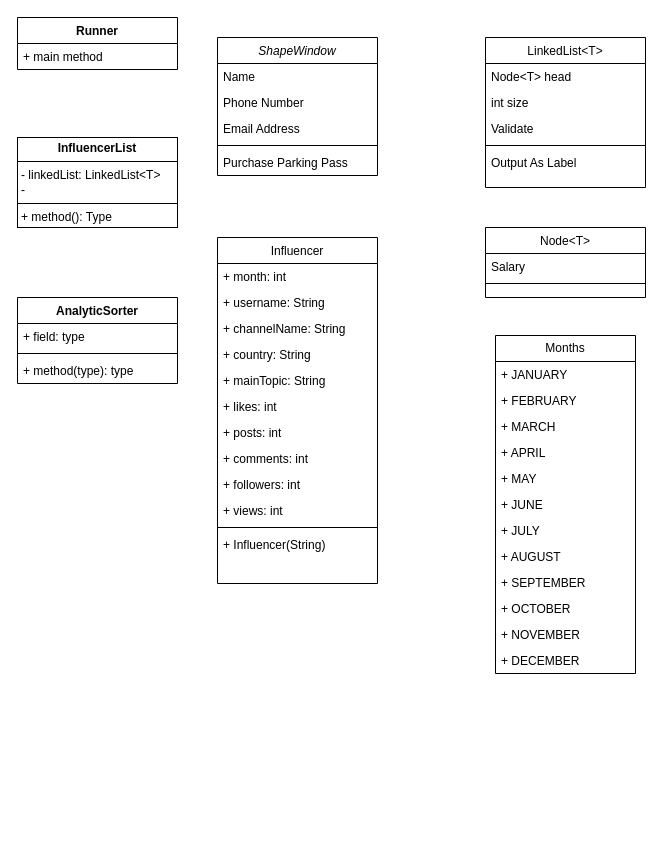
Above: Project5_UML.drawio in joshuap00/Prj5_UML (draw.io), before the change. Source tidied: cells renumbered, new cells numbered last; positions are measured from the earlier drawing's top-left corner, leaving out a move shared by most shapes. Both pictures are drawn from the tidied source at 100%, with x=0, y=0 at pixel (17, 17).
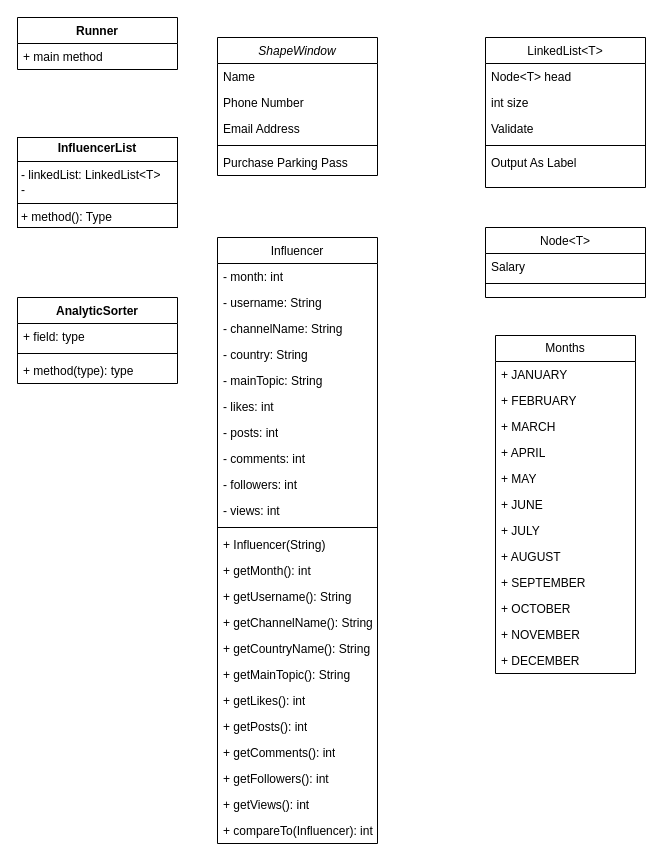
The same diagram, later.

Change to the diagram source:
```diff
@@
     <mxCell id="8" value="Influencer" style="swimlane;fontStyle=0;align=center;verticalAlign=top;horizontal=1;startSize=26;rounded=0;shadow=0;strokeWidth=1;" parent="1" vertex="1">
-      <mxGeometry x="200" y="220" width="160" height="346" as="geometry" />
+      <mxGeometry x="200" y="220" width="160" height="606" as="geometry" />
     </mxCell>
-    <mxCell id="9" value="+ month: int" style="text;align=left;verticalAlign=top;spacingLeft=4;spacingRight=4;overflow=hidden;rounded=0;shadow=0;html=0;" parent="8" vertex="1">
+    <mxCell id="9" value="- month: int" style="text;align=left;verticalAlign=top;spacingLeft=4;spacingRight=4;overflow=hidden;rounded=0;shadow=0;html=0;" parent="8" vertex="1">
       <mxGeometry y="26" width="160" height="26" as="geometry" />
     </mxCell>
-    <mxCell id="10" value="+ username: String" style="text;strokeColor=none;fillColor=none;align=left;verticalAlign=top;spacingLeft=4;spacingRight=4;overflow=hidden;whiteSpace=wrap;html=1;" parent="8" vertex="1">
+    <mxCell id="10" value="- username: String" style="text;strokeColor=none;fillColor=none;align=left;verticalAlign=top;spacingLeft=4;spacingRight=4;overflow=hidden;whiteSpace=wrap;html=1;" parent="8" vertex="1">
       <mxGeometry y="52" width="160" height="26" as="geometry" />
     </mxCell>
-    <mxCell id="11" value="+ channelName: String" style="text;strokeColor=none;fillColor=none;align=left;verticalAlign=top;spacingLeft=4;spacingRight=4;overflow=hidden;whiteSpace=wrap;html=1;" parent="8" vertex="1">
+    <mxCell id="11" value="- channelName: String" style="text;strokeColor=none;fillColor=none;align=left;verticalAlign=top;spacingLeft=4;spacingRight=4;overflow=hidden;whiteSpace=wrap;html=1;" parent="8" vertex="1">
       <mxGeometry y="78" width="160" height="26" as="geometry" />
     </mxCell>
-    <mxCell id="12" value="+ country: String" style="text;strokeColor=none;fillColor=none;align=left;verticalAlign=top;spacingLeft=4;spacingRight=4;overflow=hidden;whiteSpace=wrap;html=1;" parent="8" vertex="1">
+    <mxCell id="12" value="- country: String" style="text;strokeColor=none;fillColor=none;align=left;verticalAlign=top;spacingLeft=4;spacingRight=4;overflow=hidden;whiteSpace=wrap;html=1;" parent="8" vertex="1">
       <mxGeometry y="104" width="160" height="26" as="geometry" />
     </mxCell>
-    <mxCell id="13" value="+ mainTopic: String" style="text;strokeColor=none;fillColor=none;align=left;verticalAlign=top;spacingLeft=4;spacingRight=4;overflow=hidden;whiteSpace=wrap;html=1;" parent="8" vertex="1">
+    <mxCell id="13" value="- mainTopic: String" style="text;strokeColor=none;fillColor=none;align=left;verticalAlign=top;spacingLeft=4;spacingRight=4;overflow=hidden;whiteSpace=wrap;html=1;" parent="8" vertex="1">
       <mxGeometry y="130" width="160" height="26" as="geometry" />
     </mxCell>
-    <mxCell id="14" value="+ likes: int" style="text;strokeColor=none;fillColor=none;align=left;verticalAlign=top;spacingLeft=4;spacingRight=4;overflow=hidden;whiteSpace=wrap;html=1;" parent="8" vertex="1">
+    <mxCell id="14" value="- likes: int" style="text;strokeColor=none;fillColor=none;align=left;verticalAlign=top;spacingLeft=4;spacingRight=4;overflow=hidden;whiteSpace=wrap;html=1;" parent="8" vertex="1">
       <mxGeometry y="156" width="160" height="26" as="geometry" />
     </mxCell>
-    <mxCell id="15" value="+ posts: int" style="text;strokeColor=none;fillColor=none;align=left;verticalAlign=top;spacingLeft=4;spacingRight=4;overflow=hidden;whiteSpace=wrap;html=1;" parent="8" vertex="1">
+    <mxCell id="15" value="- posts: int" style="text;strokeColor=none;fillColor=none;align=left;verticalAlign=top;spacingLeft=4;spacingRight=4;overflow=hidden;whiteSpace=wrap;html=1;" parent="8" vertex="1">
       <mxGeometry y="182" width="160" height="26" as="geometry" />
     </mxCell>
-    <mxCell id="16" value="+ comments: int" style="text;strokeColor=none;fillColor=none;align=left;verticalAlign=top;spacingLeft=4;spacingRight=4;overflow=hidden;whiteSpace=wrap;html=1;" parent="8" vertex="1">
+    <mxCell id="16" value="- comments: int" style="text;strokeColor=none;fillColor=none;align=left;verticalAlign=top;spacingLeft=4;spacingRight=4;overflow=hidden;whiteSpace=wrap;html=1;" parent="8" vertex="1">
       <mxGeometry y="208" width="160" height="26" as="geometry" />
     </mxCell>
-    <mxCell id="17" value="+ followers: int" style="text;strokeColor=none;fillColor=none;align=left;verticalAlign=top;spacingLeft=4;spacingRight=4;overflow=hidden;whiteSpace=wrap;html=1;" parent="8" vertex="1">
+    <mxCell id="17" value="- followers: int" style="text;strokeColor=none;fillColor=none;align=left;verticalAlign=top;spacingLeft=4;spacingRight=4;overflow=hidden;whiteSpace=wrap;html=1;" parent="8" vertex="1">
       <mxGeometry y="234" width="160" height="26" as="geometry" />
     </mxCell>
-    <mxCell id="18" value="+ views: int" style="text;strokeColor=none;fillColor=none;align=left;verticalAlign=top;spacingLeft=4;spacingRight=4;overflow=hidden;whiteSpace=wrap;html=1;" parent="8" vertex="1">
+    <mxCell id="18" value="- views: int" style="text;strokeColor=none;fillColor=none;align=left;verticalAlign=top;spacingLeft=4;spacingRight=4;overflow=hidden;whiteSpace=wrap;html=1;" parent="8" vertex="1">
       <mxGeometry y="260" width="160" height="26" as="geometry" />
     </mxCell>
@@
+    <mxCell id="50" value="+ getMonth(): int" style="text;strokeColor=none;fillColor=none;align=left;verticalAlign=top;spacingLeft=4;spacingRight=4;overflow=hidden;whiteSpace=wrap;html=1;" parent="8" vertex="1">
+      <mxGeometry y="320" width="160" height="26" as="geometry" />
+    </mxCell>
+    <mxCell id="51" value="+ getUsername(): String" style="text;strokeColor=none;fillColor=none;align=left;verticalAlign=top;spacingLeft=4;spacingRight=4;overflow=hidden;whiteSpace=wrap;html=1;" parent="8" vertex="1">
+      <mxGeometry y="346" width="160" height="26" as="geometry" />
+    </mxCell>
+    <mxCell id="52" value="+ getChannelName(): String" style="text;strokeColor=none;fillColor=none;align=left;verticalAlign=top;spacingLeft=4;spacingRight=4;overflow=hidden;whiteSpace=wrap;html=1;" parent="8" vertex="1">
+      <mxGeometry y="372" width="160" height="26" as="geometry" />
+    </mxCell>
+    <mxCell id="53" value="+ getCountryName(): String" style="text;strokeColor=none;fillColor=none;align=left;verticalAlign=top;spacingLeft=4;spacingRight=4;overflow=hidden;whiteSpace=wrap;html=1;" parent="8" vertex="1">
+      <mxGeometry y="398" width="160" height="26" as="geometry" />
+    </mxCell>
+    <mxCell id="54" value="+ getMainTopic(): String" style="text;strokeColor=none;fillColor=none;align=left;verticalAlign=top;spacingLeft=4;spacingRight=4;overflow=hidden;whiteSpace=wrap;html=1;" parent="8" vertex="1">
+      <mxGeometry y="424" width="160" height="26" as="geometry" />
+    </mxCell>
+    <mxCell id="55" value="+ getLikes(): int" style="text;strokeColor=none;fillColor=none;align=left;verticalAlign=top;spacingLeft=4;spacingRight=4;overflow=hidden;whiteSpace=wrap;html=1;" parent="8" vertex="1">
+      <mxGeometry y="450" width="160" height="26" as="geometry" />
+    </mxCell>
+    <mxCell id="56" value="+ getPosts(): int" style="text;strokeColor=none;fillColor=none;align=left;verticalAlign=top;spacingLeft=4;spacingRight=4;overflow=hidden;whiteSpace=wrap;html=1;" parent="8" vertex="1">
+      <mxGeometry y="476" width="160" height="26" as="geometry" />
+    </mxCell>
+    <mxCell id="57" value="+ getComments(): int" style="text;strokeColor=none;fillColor=none;align=left;verticalAlign=top;spacingLeft=4;spacingRight=4;overflow=hidden;whiteSpace=wrap;html=1;" parent="8" vertex="1">
+      <mxGeometry y="502" width="160" height="26" as="geometry" />
+    </mxCell>
+    <mxCell id="58" value="+ getFollowers(): int" style="text;strokeColor=none;fillColor=none;align=left;verticalAlign=top;spacingLeft=4;spacingRight=4;overflow=hidden;whiteSpace=wrap;html=1;" parent="8" vertex="1">
+      <mxGeometry y="528" width="160" height="26" as="geometry" />
+    </mxCell>
+    <mxCell id="59" value="+ getViews(): int" style="text;strokeColor=none;fillColor=none;align=left;verticalAlign=top;spacingLeft=4;spacingRight=4;overflow=hidden;whiteSpace=wrap;html=1;" parent="8" vertex="1">
+      <mxGeometry y="554" width="160" height="26" as="geometry" />
+    </mxCell>
+    <mxCell id="60" value="+ compareTo(Influencer): int" style="text;strokeColor=none;fillColor=none;align=left;verticalAlign=top;spacingLeft=4;spacingRight=4;overflow=hidden;whiteSpace=wrap;html=1;" parent="8" vertex="1">
+      <mxGeometry y="580" width="160" height="26" as="geometry" />
+    </mxCell>
```
